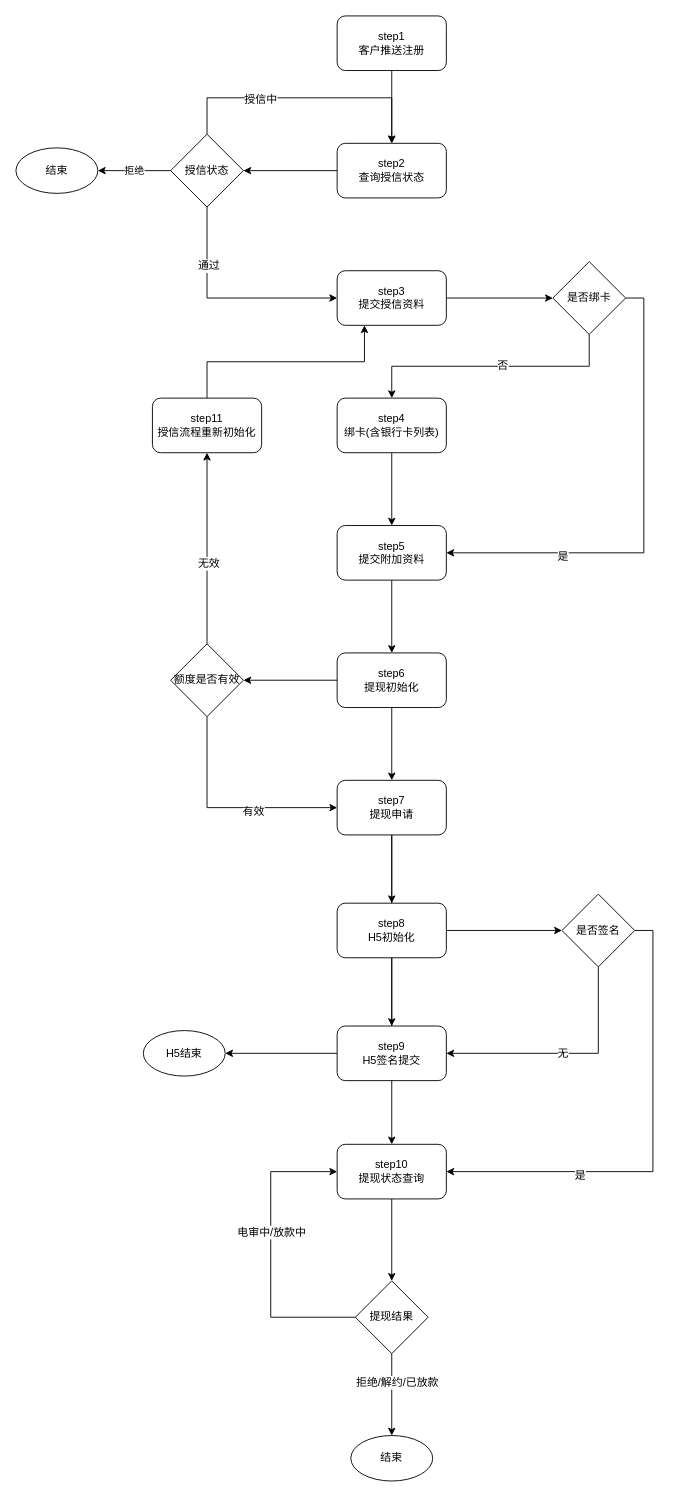
Above: 渠道对接API调用顺序.drawio in lixyu/draw (draw.io), before the change. Source tidied: cells renumbered, new cells numbered last; positions are measured from the earlier drawing's top-left corner, leaving out a move shared by most shapes. Both pictures are drawn from the tidied source at 91%, with x=0, y=0 at pixel (15, 15).
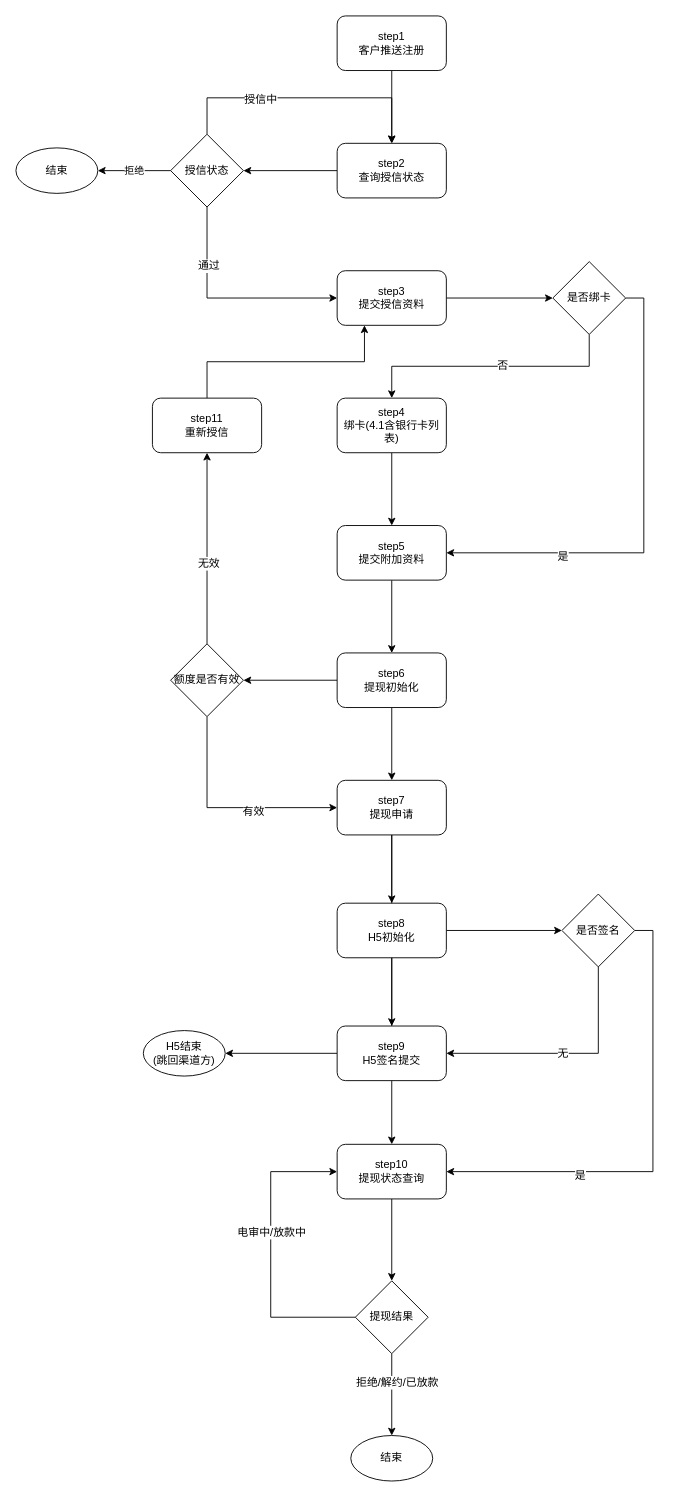
The same diagram, later.

Commit message:
Update 渠道对接API调用顺序.drawio

Change to the diagram source:
```diff
@@
-    <mxCell id="9" value="step4&lt;br&gt;绑卡(含银行卡列表)&lt;br&gt;" style="rounded=1;whiteSpace=wrap;html=1;" parent="1" vertex="1">
+    <mxCell id="9" value="step4&lt;br&gt;绑卡(4.1含银行卡列表)&lt;br&gt;" style="rounded=1;whiteSpace=wrap;html=1;" parent="1" vertex="1">
       <mxGeometry x="353" y="420" width="120" height="60" as="geometry" />
     </mxCell>
@@
-    <mxCell id="11" value="step11&lt;br&gt;授信流程重新初始化&lt;br&gt;" style="rounded=1;whiteSpace=wrap;html=1;" parent="1" vertex="1">
+    <mxCell id="11" value="step11&lt;br&gt;重新授信&lt;br&gt;" style="rounded=1;whiteSpace=wrap;html=1;" parent="1" vertex="1">
       <mxGeometry x="150" y="420" width="120" height="60" as="geometry" />
     </mxCell>
@@
-    <mxCell id="55" value="H5结束" style="ellipse;whiteSpace=wrap;html=1;" parent="1" vertex="1">
+    <mxCell id="55" value="H5结束&lt;br&gt;(跳回渠道方)&lt;br&gt;" style="ellipse;whiteSpace=wrap;html=1;" parent="1" vertex="1">
       <mxGeometry x="140" y="1115" width="90" height="50" as="geometry" />
     </mxCell>
```
